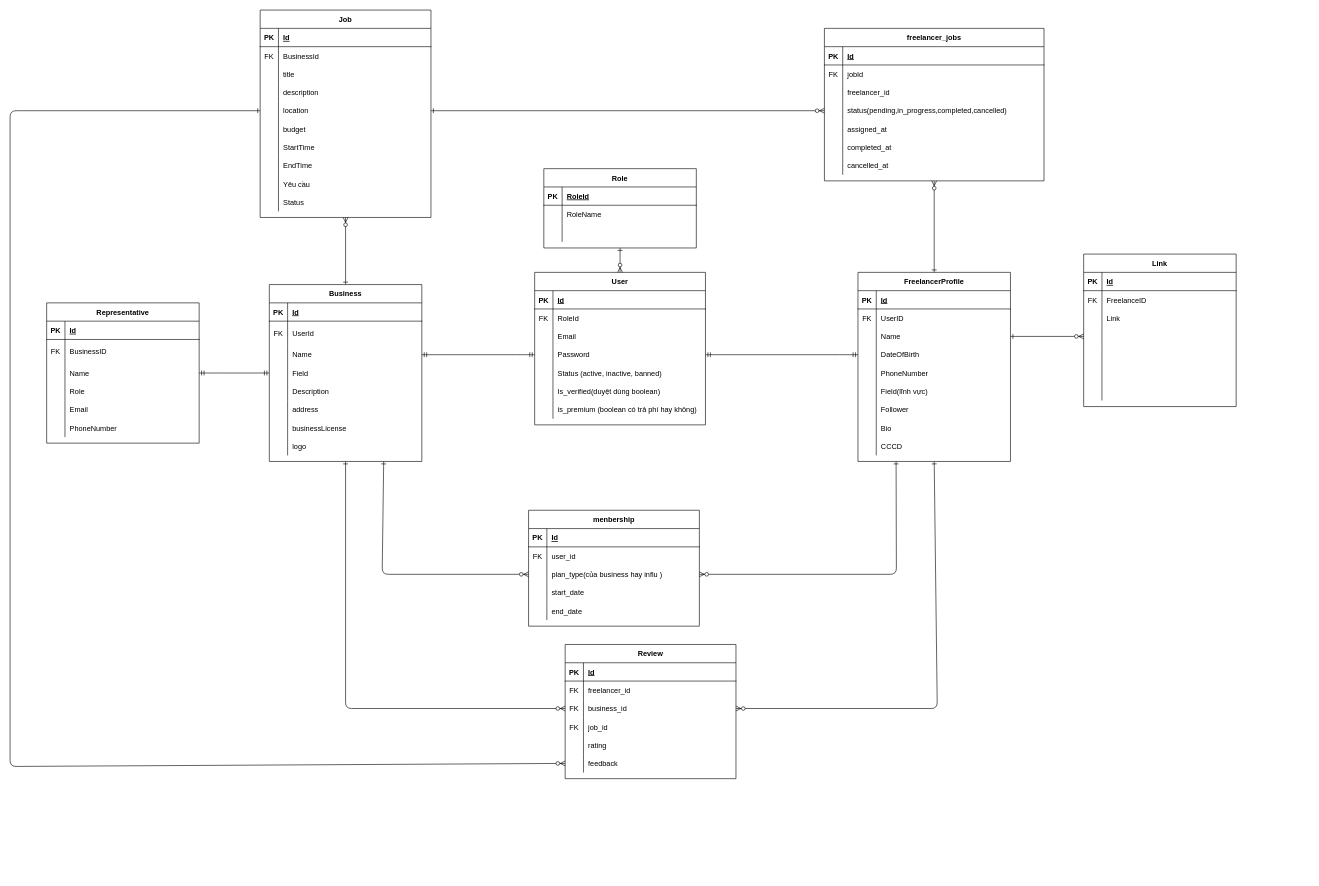
The draw.io diagram Biểu đồ không có tiêu đề.drawio in carrotnie/exe2, before the edit. Source tidied: cells renumbered, new cells numbered last; positions are measured from the earlier drawing's top-left corner, leaving out a move shared by most shapes. Both pictures are drawn from the tidied source at 61%, with x=0, y=0 at pixel (10, 10).
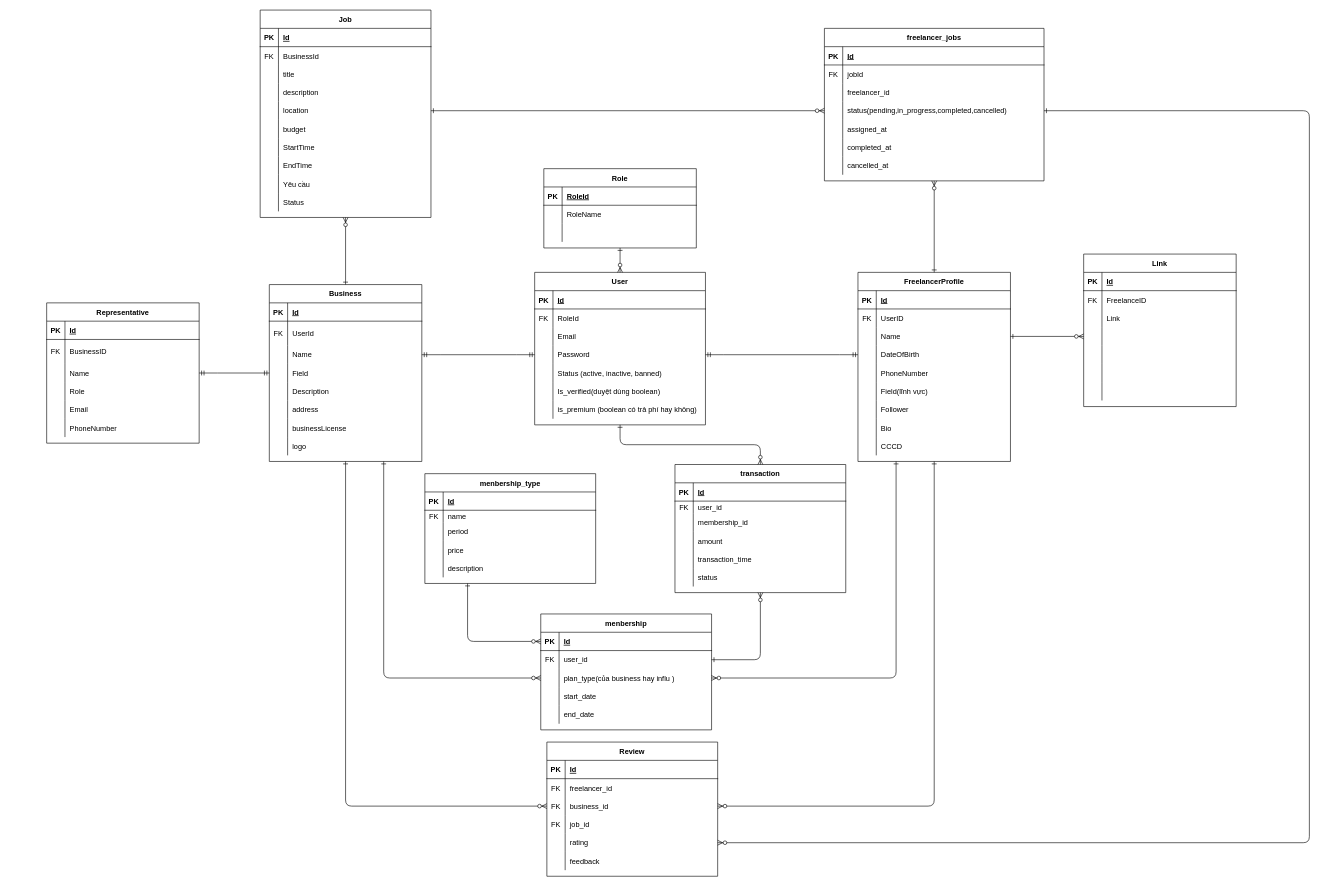
Above is the later version.

Commit message:
Cập nhật Biểu đồ không có tiêu đề.drawio

Unchanged cells that the change refers to:
```xml
<mxCell id="2" value="FreelancerProfile" style="shape=table;startSize=30;childLayout=tableLayout;rowLines=0;fontStyle=1;align=center;" parent="1" vertex="1">
  <mxGeometry x="1390" y="430" width="250" height="310" as="geometry" />
</mxCell>
<mxCell id="40" value="User" style="shape=table;startSize=30;childLayout=tableLayout;rowLines=0;fontStyle=1;align=center;" parent="1" vertex="1">
  <mxGeometry x="860" y="430" width="280" height="250" as="geometry" />
</mxCell>
<mxCell id="63" value="Business" style="shape=table;startSize=30;childLayout=tableLayout;rowLines=0;fontStyle=1;align=center;" parent="1" vertex="1">
  <mxGeometry x="425" y="450" width="250" height="290" as="geometry" />
</mxCell>
<mxCell id="103" style="shape=partialRectangle;fillColor=none;points=[[0,0.5],[1,0.5]];portConstraint=eastwest;top=0;left=0;right=0;bottom=0;" parent="90" vertex="1">
  <mxGeometry y="150" width="280" height="30" as="geometry" />
</mxCell>
<mxCell id="128" style="shape=partialRectangle;fillColor=none;points=[[0,0.5],[1,0.5]];portConstraint=eastwest;top=0;left=0;right=0;bottom=0;" parent="121" vertex="1">
  <mxGeometry y="90" width="280" height="30" as="geometry" />
</mxCell>
<mxCell id="134" style="shape=partialRectangle;fillColor=none;points=[[0,0.5],[1,0.5]];portConstraint=eastwest;top=0;left=0;right=0;bottom=0;" parent="121" vertex="1">
  <mxGeometry y="150" width="280" height="30" as="geometry" />
</mxCell>
<mxCell id="137" style="shape=partialRectangle;fillColor=none;points=[[0,0.5],[1,0.5]];portConstraint=eastwest;top=0;left=0;right=0;bottom=0;" parent="121" vertex="1">
  <mxGeometry y="180" width="280" height="30" as="geometry" />
</mxCell>
<mxCell id="141" style="shape=partialRectangle;fillColor=none;points=[[0,0.5],[1,0.5]];portConstraint=eastwest;top=0;left=0;right=0;bottom=1;" parent="140" vertex="1">
  <mxGeometry y="30" width="280" height="30" as="geometry" />
</mxCell>
<mxCell id="144" style="shape=partialRectangle;fillColor=none;points=[[0,0.5],[1,0.5]];portConstraint=eastwest;top=0;left=0;right=0;bottom=0;" parent="140" vertex="1">
  <mxGeometry y="60" width="280" height="30" as="geometry" />
</mxCell>
<mxCell id="147" style="shape=partialRectangle;fillColor=none;points=[[0,0.5],[1,0.5]];portConstraint=eastwest;top=0;left=0;right=0;bottom=0;" parent="140" vertex="1">
  <mxGeometry y="90" width="280" height="30" as="geometry" />
</mxCell>
<mxCell id="171" style="shape=partialRectangle;fillColor=none;points=[[0,0.5],[1,0.5]];portConstraint=eastwest;top=0;left=0;right=0;bottom=0;" parent="161" vertex="1">
  <mxGeometry y="120" width="360" height="30" as="geometry" />
</mxCell>
```

Diff of the diagram source:
```diff
@@
     <mxCell id="121" value="Review" style="shape=table;startSize=30;childLayout=tableLayout;rowLines=0;fontStyle=1;align=center;" parent="1" vertex="1">
-      <mxGeometry x="910" y="1040" width="280" height="220" as="geometry" />
+      <mxGeometry x="880" y="1200" width="280" height="220" as="geometry" />
     </mxCell>
@@
     <mxCell id="140" value="menbership" style="shape=table;startSize=30;childLayout=tableLayout;rowLines=0;fontStyle=1;align=center;" parent="1" vertex="1">
-      <mxGeometry x="850" y="820" width="280" height="190" as="geometry" />
+      <mxGeometry x="870" y="990" width="280" height="190" as="geometry" />
     </mxCell>
@@
-    <mxCell id="157" style="endArrow=ERzeroToMany;startArrow=ERone;endFill=1;startFill=0;exitX=0.5;exitY=1;exitDx=0;exitDy=0;entryX=0;entryY=0.5;entryDx=0;entryDy=0;" parent="1" edge="1" source="63" target="128">
-      <mxGeometry relative="1" as="geometry">
-        <Array as="points">
-          <mxPoint x="550" y="1145" />
-        </Array>
-      </mxGeometry>
+    <mxCell id="157" style="endArrow=ERzeroToMany;startArrow=ERone;endFill=1;startFill=0;exitX=0.5;exitY=1;exitDx=0;exitDy=0;entryX=0;entryY=0.5;entryDx=0;entryDy=0;edgeStyle=orthogonalEdgeStyle;" parent="1" edge="1" source="63" target="128">
+      <mxGeometry relative="1" as="geometry" />
     </mxCell>
-    <mxCell id="158" style="endArrow=ERzeroToMany;startArrow=ERone;endFill=1;startFill=0;exitX=0.5;exitY=1;exitDx=0;exitDy=0;entryX=1;entryY=0.5;entryDx=0;entryDy=0;" parent="1" edge="1" source="2" target="128">
-      <mxGeometry relative="1" as="geometry">
-        <Array as="points">
-          <mxPoint x="1520" y="1145" />
-        </Array>
-      </mxGeometry>
+    <mxCell id="158" style="endArrow=ERzeroToMany;startArrow=ERone;endFill=1;startFill=0;exitX=0.5;exitY=1;exitDx=0;exitDy=0;entryX=1;entryY=0.5;entryDx=0;entryDy=0;edgeStyle=orthogonalEdgeStyle;" parent="1" edge="1" source="2" target="128">
+      <mxGeometry relative="1" as="geometry" />
     </mxCell>
-    <mxCell id="159" style="endArrow=ERzeroToMany;startArrow=ERone;endFill=1;startFill=0;exitX=0.75;exitY=1;exitDx=0;exitDy=0;entryX=0;entryY=0.5;entryDx=0;entryDy=0;" parent="1" edge="1" source="63" target="147">
-      <mxGeometry relative="1" as="geometry">
-        <Array as="points">
-          <mxPoint x="610" y="925" />
-        </Array>
-      </mxGeometry>
+    <mxCell id="159" style="endArrow=ERzeroToMany;startArrow=ERone;endFill=1;startFill=0;exitX=0.75;exitY=1;exitDx=0;exitDy=0;entryX=0;entryY=0.5;entryDx=0;entryDy=0;edgeStyle=orthogonalEdgeStyle;" parent="1" edge="1" source="63" target="147">
+      <mxGeometry relative="1" as="geometry" />
     </mxCell>
-    <mxCell id="160" style="endArrow=ERzeroToMany;startArrow=ERone;endFill=1;startFill=0;exitX=0.25;exitY=1;exitDx=0;exitDy=0;entryX=1;entryY=0.5;entryDx=0;entryDy=0;" parent="1" edge="1" source="2" target="147">
-      <mxGeometry relative="1" as="geometry">
-        <Array as="points">
-          <mxPoint x="1453" y="925" />
-        </Array>
-      </mxGeometry>
+    <mxCell id="160" style="endArrow=ERzeroToMany;startArrow=ERone;endFill=1;startFill=0;exitX=0.25;exitY=1;exitDx=0;exitDy=0;entryX=1;entryY=0.5;entryDx=0;entryDy=0;edgeStyle=orthogonalEdgeStyle;" parent="1" edge="1" source="2" target="147">
+      <mxGeometry relative="1" as="geometry" />
     </mxCell>
@@
-    <mxCell id="228" style="endArrow=ERzeroToMany;startArrow=ERone;endFill=1;startFill=0;exitX=0;exitY=0.5;exitDx=0;exitDy=0;entryX=0;entryY=0.5;entryDx=0;entryDy=0;" parent="1" edge="1" source="103" target="137">
-      <mxGeometry relative="1" as="geometry">
-        <Array as="points">
-          <mxPoint y="165" />
-          <mxPoint y="1240" />
-        </Array>
-      </mxGeometry>
-    </mxCell>
+    <mxCell id="229" style="endArrow=ERzeroToMany;startArrow=ERone;endFill=1;startFill=0;entryX=1;entryY=0.5;entryDx=0;entryDy=0;edgeStyle=orthogonalEdgeStyle;exitX=1;exitY=0.5;exitDx=0;exitDy=0;" parent="1" edge="1" source="171" target="134">
+      <mxGeometry relative="1" as="geometry">
+        <Array as="points">
+          <mxPoint x="2130" y="165" />
+          <mxPoint x="2130" y="1365" />
+        </Array>
+      </mxGeometry>
+    </mxCell>
+    <mxCell id="230" value="menbership_type" style="shape=table;startSize=30;childLayout=tableLayout;rowLines=0;fontStyle=1;align=center;" parent="1" vertex="1">
+      <mxGeometry x="680" y="760" width="280" height="180" as="geometry" />
+    </mxCell>
+    <mxCell id="231" style="shape=partialRectangle;fillColor=none;top=0;left=0;right=0;bottom=1;" parent="230" vertex="1">
+      <mxGeometry y="30" width="280" height="30" as="geometry" />
+    </mxCell>
+    <mxCell id="232" value="PK" style="shape=partialRectangle;overflow=hidden;fillColor=none;top=0;left=0;bottom=0;right=0;fontStyle=1;" parent="231" vertex="1">
+      <mxGeometry width="30" height="30" as="geometry" />
+    </mxCell>
+    <mxCell id="233" value="Id" style="shape=partialRectangle;overflow=hidden;fillColor=none;top=0;left=0;bottom=0;right=0;align=left;spacingLeft=6;fontStyle=5;" parent="231" vertex="1">
+      <mxGeometry x="30" width="250" height="30" as="geometry" />
+    </mxCell>
+    <mxCell id="234" style="shape=partialRectangle;fillColor=none;top=0;left=0;right=0;bottom=0;" parent="230" vertex="1">
+      <mxGeometry y="60" width="280" height="20" as="geometry" />
+    </mxCell>
+    <mxCell id="235" value="FK" style="shape=partialRectangle;overflow=hidden;fillColor=none;top=0;left=0;bottom=0;right=0;" parent="234" vertex="1">
+      <mxGeometry width="30" height="20" as="geometry" />
+    </mxCell>
+    <mxCell id="236" value="name" style="shape=partialRectangle;overflow=hidden;fillColor=none;top=0;left=0;bottom=0;right=0;align=left;spacingLeft=6;" parent="234" vertex="1">
+      <mxGeometry x="30" width="250" height="20" as="geometry" />
+    </mxCell>
+    <mxCell id="237" style="shape=partialRectangle;fillColor=none;top=0;left=0;right=0;bottom=0;" parent="230" vertex="1">
+      <mxGeometry y="80" width="280" height="30" as="geometry" />
+    </mxCell>
+    <mxCell id="238" style="shape=partialRectangle;overflow=hidden;fillColor=none;top=0;left=0;bottom=0;right=0;" parent="237" vertex="1">
+      <mxGeometry width="30" height="30" as="geometry" />
+    </mxCell>
+    <mxCell id="239" value="period" style="shape=partialRectangle;overflow=hidden;fillColor=none;top=0;left=0;bottom=0;right=0;align=left;spacingLeft=6;" parent="237" vertex="1">
+      <mxGeometry x="30" width="250" height="30" as="geometry" />
+    </mxCell>
+    <mxCell id="240" style="shape=partialRectangle;fillColor=none;top=0;left=0;right=0;bottom=0;" parent="230" vertex="1">
+      <mxGeometry y="110" width="280" height="30" as="geometry" />
+    </mxCell>
+    <mxCell id="241" style="shape=partialRectangle;overflow=hidden;fillColor=none;top=0;left=0;bottom=0;right=0;" parent="240" vertex="1">
+      <mxGeometry width="30" height="30" as="geometry" />
+    </mxCell>
+    <mxCell id="242" value="price" style="shape=partialRectangle;overflow=hidden;fillColor=none;top=0;left=0;bottom=0;right=0;align=left;spacingLeft=6;" parent="240" vertex="1">
+      <mxGeometry x="30" width="250" height="30" as="geometry" />
+    </mxCell>
+    <mxCell id="243" style="shape=partialRectangle;fillColor=none;top=0;left=0;right=0;bottom=0;" parent="230" vertex="1">
+      <mxGeometry y="140" width="280" height="30" as="geometry" />
+    </mxCell>
+    <mxCell id="244" style="shape=partialRectangle;overflow=hidden;fillColor=none;top=0;left=0;bottom=0;right=0;" parent="243" vertex="1">
+      <mxGeometry width="30" height="30" as="geometry" />
+    </mxCell>
+    <mxCell id="245" value="description" style="shape=partialRectangle;overflow=hidden;fillColor=none;top=0;left=0;bottom=0;right=0;align=left;spacingLeft=6;" parent="243" vertex="1">
+      <mxGeometry x="30" width="250" height="30" as="geometry" />
+    </mxCell>
+    <mxCell id="246" style="endArrow=ERzeroToMany;startArrow=ERone;endFill=1;startFill=0;exitX=0.25;exitY=1;exitDx=0;exitDy=0;entryX=0;entryY=0.5;entryDx=0;entryDy=0;edgeStyle=orthogonalEdgeStyle;" parent="1" edge="1" source="230" target="141">
+      <mxGeometry relative="1" as="geometry" />
+    </mxCell>
+    <mxCell id="247" value="transaction" style="shape=table;startSize=30;childLayout=tableLayout;rowLines=0;fontStyle=1;align=center;" parent="1" vertex="1">
+      <mxGeometry x="1090" y="745" width="280" height="210" as="geometry" />
+    </mxCell>
+    <mxCell id="248" style="shape=partialRectangle;fillColor=none;top=0;left=0;right=0;bottom=1;" parent="247" vertex="1">
+      <mxGeometry y="30" width="280" height="30" as="geometry" />
+    </mxCell>
+    <mxCell id="249" value="PK" style="shape=partialRectangle;overflow=hidden;fillColor=none;top=0;left=0;bottom=0;right=0;fontStyle=1;" parent="248" vertex="1">
+      <mxGeometry width="30" height="30" as="geometry" />
+    </mxCell>
+    <mxCell id="250" value="Id" style="shape=partialRectangle;overflow=hidden;fillColor=none;top=0;left=0;bottom=0;right=0;align=left;spacingLeft=6;fontStyle=5;" parent="248" vertex="1">
+      <mxGeometry x="30" width="250" height="30" as="geometry" />
+    </mxCell>
+    <mxCell id="251" style="shape=partialRectangle;fillColor=none;top=0;left=0;right=0;bottom=0;" parent="247" vertex="1">
+      <mxGeometry y="60" width="280" height="20" as="geometry" />
+    </mxCell>
+    <mxCell id="252" value="FK" style="shape=partialRectangle;overflow=hidden;fillColor=none;top=0;left=0;bottom=0;right=0;" parent="251" vertex="1">
+      <mxGeometry width="30" height="20" as="geometry" />
+    </mxCell>
+    <mxCell id="253" value="user_id" style="shape=partialRectangle;overflow=hidden;fillColor=none;top=0;left=0;bottom=0;right=0;align=left;spacingLeft=6;" parent="251" vertex="1">
+      <mxGeometry x="30" width="250" height="20" as="geometry" />
+    </mxCell>
+    <mxCell id="254" style="shape=partialRectangle;fillColor=none;top=0;left=0;right=0;bottom=0;" parent="247" vertex="1">
+      <mxGeometry y="80" width="280" height="30" as="geometry" />
+    </mxCell>
+    <mxCell id="255" style="shape=partialRectangle;overflow=hidden;fillColor=none;top=0;left=0;bottom=0;right=0;" parent="254" vertex="1">
+      <mxGeometry width="30" height="30" as="geometry" />
+    </mxCell>
+    <mxCell id="256" value="membership_id" style="shape=partialRectangle;overflow=hidden;fillColor=none;top=0;left=0;bottom=0;right=0;align=left;spacingLeft=6;" parent="254" vertex="1">
+      <mxGeometry x="30" width="250" height="30" as="geometry" />
+    </mxCell>
+    <mxCell id="257" style="shape=partialRectangle;fillColor=none;top=0;left=0;right=0;bottom=0;" parent="247" vertex="1">
+      <mxGeometry y="110" width="280" height="30" as="geometry" />
+    </mxCell>
+    <mxCell id="258" style="shape=partialRectangle;overflow=hidden;fillColor=none;top=0;left=0;bottom=0;right=0;" parent="257" vertex="1">
+      <mxGeometry width="30" height="30" as="geometry" />
+    </mxCell>
+    <mxCell id="259" value="amount" style="shape=partialRectangle;overflow=hidden;fillColor=none;top=0;left=0;bottom=0;right=0;align=left;spacingLeft=6;" parent="257" vertex="1">
+      <mxGeometry x="30" width="250" height="30" as="geometry" />
+    </mxCell>
+    <mxCell id="260" style="shape=partialRectangle;fillColor=none;top=0;left=0;right=0;bottom=0;" parent="247" vertex="1">
+      <mxGeometry y="140" width="280" height="30" as="geometry" />
+    </mxCell>
+    <mxCell id="261" style="shape=partialRectangle;overflow=hidden;fillColor=none;top=0;left=0;bottom=0;right=0;" parent="260" vertex="1">
+      <mxGeometry width="30" height="30" as="geometry" />
+    </mxCell>
+    <mxCell id="262" value="transaction_time" style="shape=partialRectangle;overflow=hidden;fillColor=none;top=0;left=0;bottom=0;right=0;align=left;spacingLeft=6;" parent="260" vertex="1">
+      <mxGeometry x="30" width="250" height="30" as="geometry" />
+    </mxCell>
+    <mxCell id="263" style="shape=partialRectangle;fillColor=none;top=0;left=0;right=0;bottom=0;" parent="247" vertex="1">
+      <mxGeometry y="170" width="280" height="30" as="geometry" />
+    </mxCell>
+    <mxCell id="264" style="shape=partialRectangle;overflow=hidden;fillColor=none;top=0;left=0;bottom=0;right=0;" parent="263" vertex="1">
+      <mxGeometry width="30" height="30" as="geometry" />
+    </mxCell>
+    <mxCell id="265" value="status" style="shape=partialRectangle;overflow=hidden;fillColor=none;top=0;left=0;bottom=0;right=0;align=left;spacingLeft=6;" parent="263" vertex="1">
+      <mxGeometry x="30" width="250" height="30" as="geometry" />
+    </mxCell>
+    <mxCell id="266" style="endArrow=ERzeroToMany;startArrow=ERone;endFill=1;startFill=0;exitX=0.5;exitY=1;exitDx=0;exitDy=0;entryX=0.5;entryY=0;entryDx=0;entryDy=0;edgeStyle=orthogonalEdgeStyle;" parent="1" edge="1" source="40" target="247">
+      <mxGeometry relative="1" as="geometry" />
+    </mxCell>
+    <mxCell id="267" style="endArrow=ERzeroToMany;startArrow=ERone;endFill=1;startFill=0;exitX=1;exitY=0.5;exitDx=0;exitDy=0;entryX=0.5;entryY=1;entryDx=0;entryDy=0;edgeStyle=orthogonalEdgeStyle;" parent="1" edge="1" source="144" target="247">
+      <mxGeometry relative="1" as="geometry" />
+    </mxCell>
```
